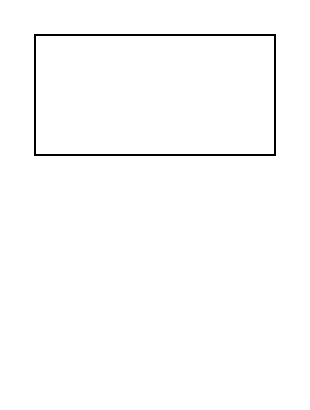
Earlier version of the draw.io diagram draw/未命名绘图.drawio (Rodert/javapub_oss). Source tidied: cells renumbered, new cells numbered last; positions are measured from the earlier drawing's top-left corner, leaving out a move shared by most shapes. Both pictures are drawn from the tidied source at 200%, with x=0, y=0 at pixel (34, 34).
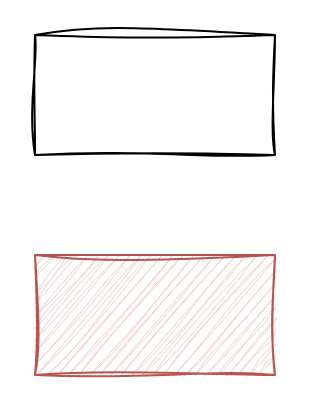
The same diagram, later.

Commit message (it also covers changes not shown here):
更新未命名绘图.drawio

The edit, as a diff of the source:
```diff
@@
 <mxGraphModel>
   <root>
     <mxCell id="0" />
     <mxCell id="1" parent="0" />
-    <mxCell id="2" style="rounded=0;whiteSpace=wrap;html=1;" parent="1" vertex="1">
+    <mxCell id="2" style="rounded=0;whiteSpace=wrap;html=1;shadow=0;glass=0;sketch=1;curveFitting=1;jiggle=2;" parent="1" vertex="1">
       <mxGeometry width="120" height="60" as="geometry" />
     </mxCell>
+    <mxCell id="3" style="rounded=0;whiteSpace=wrap;html=1;fillColor=#f8cecc;strokeColor=#b85450;shadow=0;glass=0;sketch=1;curveFitting=1;jiggle=2;" parent="1" vertex="1">
+      <mxGeometry y="110" width="120" height="60" as="geometry" />
+    </mxCell>
   </root>
 </mxGraphModel>
```
